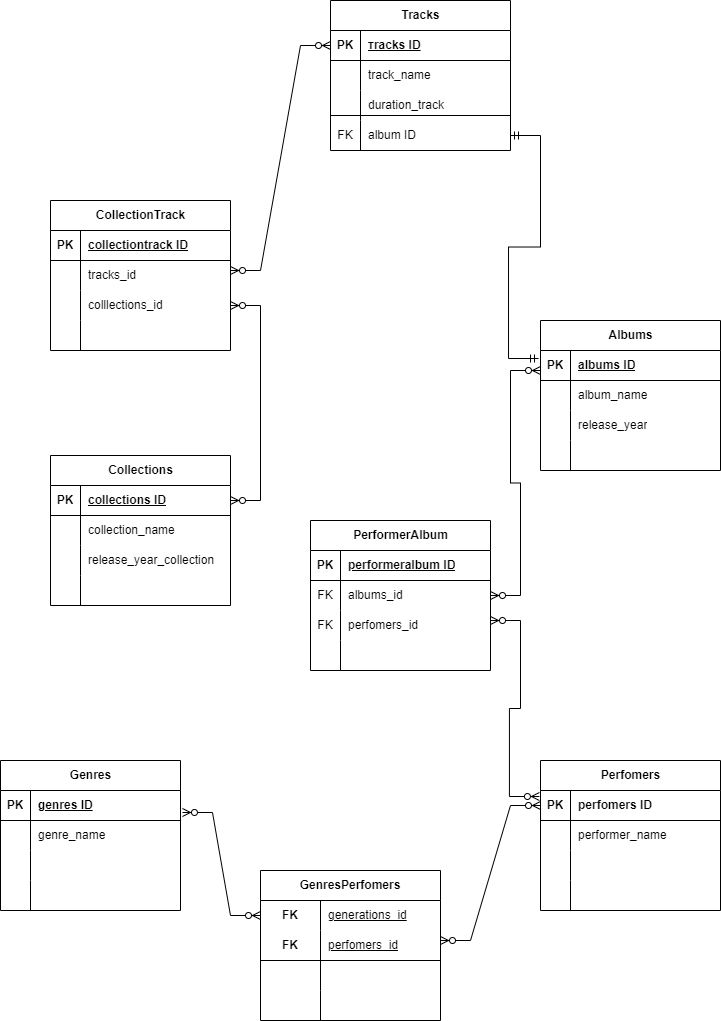
KatayVA/Database keeps this draw.io diagram as HWDB.png. Above is the earlier version. Source tidied: cells renumbered, new cells last; positions are measured from the earlier drawing's top-left corner, leaving out a move shared by most shapes.
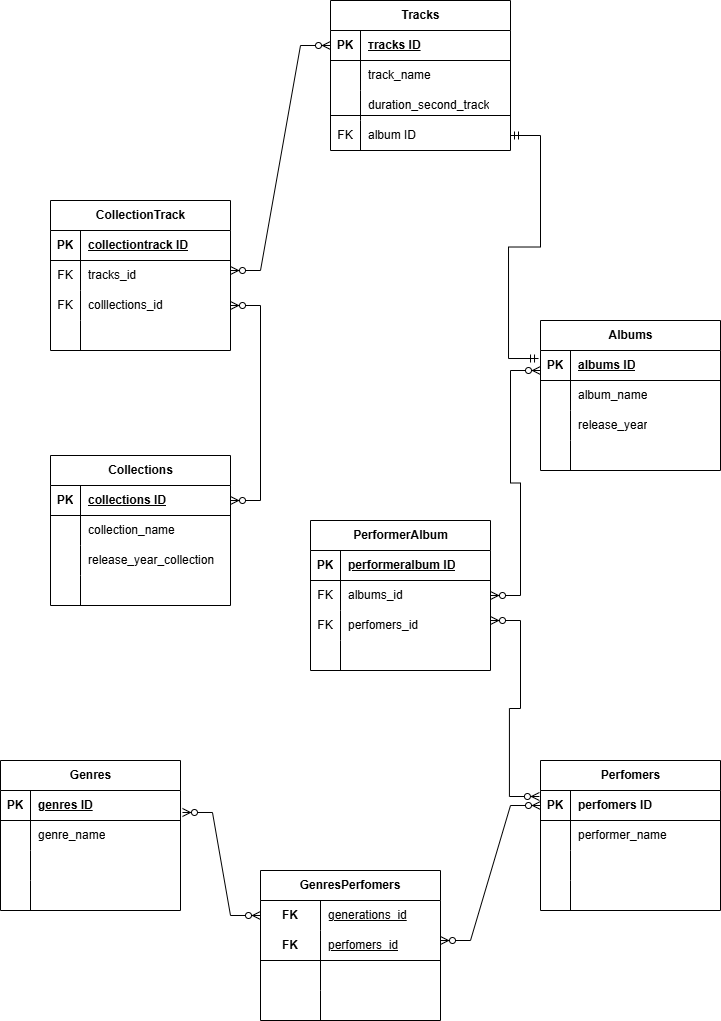
Later version of the same file.

Diff of the diagram source:
```diff
@@ -219,7 +219,7 @@
     <mxCell id="66" style="shape=partialRectangle;fillColor=none;top=0;left=0;bottom=0;right=0;overflow=hidden;whiteSpace=wrap;html=1;" parent="65" vertex="1">
       <mxGeometry width="30" height="30" as="geometry" />
     </mxCell>
-    <mxCell id="67" value="duration_track" style="shape=partialRectangle;fillColor=none;top=0;left=0;bottom=0;right=0;align=left;spacingLeft=6;overflow=hidden;whiteSpace=wrap;html=1;" parent="65" vertex="1">
+    <mxCell id="67" value="duration_second_track" style="shape=partialRectangle;fillColor=none;top=0;left=0;bottom=0;right=0;align=left;spacingLeft=6;overflow=hidden;whiteSpace=wrap;html=1;" parent="65" vertex="1">
       <mxGeometry x="30" width="150" height="30" as="geometry" />
     </mxCell>
     <mxCell id="68" style="shape=tableRow;horizontal=0;startSize=0;swimlaneHead=0;swimlaneBody=0;fillColor=none;points=[[0,0.5],[1,0.5]];portConstraint=eastwest;top=0;left=0;right=0;bottom=0;" parent="58" vertex="1">
@@ -288,7 +288,7 @@
     <mxCell id="89" style="shape=tableRow;horizontal=0;startSize=0;swimlaneHead=0;swimlaneBody=0;fillColor=none;top=0;left=0;right=0;bottom=0;" parent="85" vertex="1">
       <mxGeometry y="60" width="180" height="30" as="geometry" />
     </mxCell>
-    <mxCell id="90" style="shape=partialRectangle;fillColor=none;top=0;left=0;bottom=0;right=0;overflow=hidden;whiteSpace=wrap;html=1;" parent="89" vertex="1">
+    <mxCell id="90" value="FK" style="shape=partialRectangle;fillColor=none;top=0;left=0;bottom=0;right=0;overflow=hidden;whiteSpace=wrap;html=1;" parent="89" vertex="1">
       <mxGeometry width="30" height="30" as="geometry" />
     </mxCell>
     <mxCell id="91" value="tracks_id" style="shape=partialRectangle;fillColor=none;top=0;left=0;bottom=0;right=0;align=left;spacingLeft=6;overflow=hidden;whiteSpace=wrap;html=1;" parent="89" vertex="1">
@@ -297,7 +297,7 @@
     <mxCell id="92" style="shape=tableRow;horizontal=0;startSize=0;swimlaneHead=0;swimlaneBody=0;fillColor=none;points=[[0,0.5],[1,0.5]];portConstraint=eastwest;top=0;left=0;right=0;bottom=0;" parent="85" vertex="1">
       <mxGeometry y="90" width="180" height="30" as="geometry" />
     </mxCell>
-    <mxCell id="93" style="shape=partialRectangle;fillColor=none;top=0;left=0;bottom=0;right=0;overflow=hidden;whiteSpace=wrap;html=1;" parent="92" vertex="1">
+    <mxCell id="93" value="FK" style="shape=partialRectangle;fillColor=none;top=0;left=0;bottom=0;right=0;overflow=hidden;whiteSpace=wrap;html=1;" parent="92" vertex="1">
       <mxGeometry width="30" height="30" as="geometry" />
     </mxCell>
     <mxCell id="94" value="colllections_id" style="shape=partialRectangle;fillColor=none;top=0;left=0;bottom=0;right=0;align=left;spacingLeft=6;overflow=hidden;whiteSpace=wrap;html=1;" parent="92" vertex="1">
```
